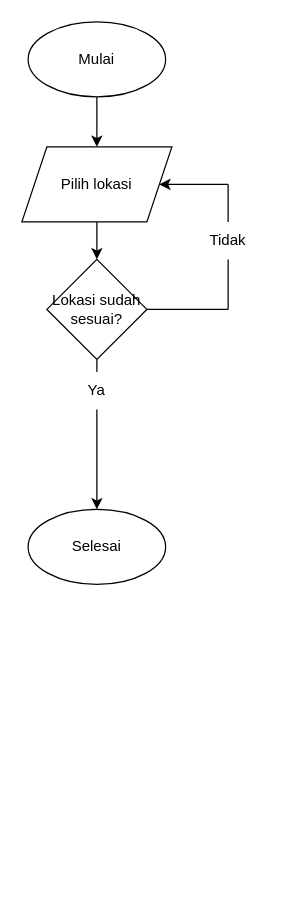
The draw.io diagram flowchart.drawio in NaufalNurFahriza/Naufal_Nur_Fahriza-Order_Food_App, before the edit. Source tidied: cells renumbered, new cells numbered last; positions are measured from the earlier drawing's top-left corner, leaving out a move shared by most shapes. Both pictures are drawn from the tidied source at 125%, with x=0, y=0 at pixel (21, 21).
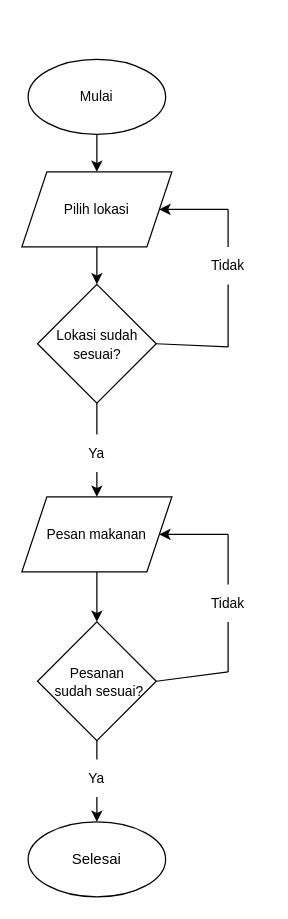
After the change.

Commit message:
pengulangan pemesanan makanan

The edit, as a diff of the source:
```diff
@@
-    <mxCell id="2" style="edgeStyle=none;html=1;" parent="1" edge="1" source="3" target="6">
-      <mxGeometry relative="1" as="geometry" />
-    </mxCell>
-    <mxCell id="3" value="Mulai" style="ellipse;whiteSpace=wrap;html=1;" parent="1" vertex="1">
-      <mxGeometry x="5" width="110" height="60" as="geometry" />
+    <mxCell id="3" value="&lt;font style=&quot;font-size: 11px&quot;&gt;Mulai&lt;/font&gt;" style="ellipse;whiteSpace=wrap;html=1;" parent="1" vertex="1">
+      <mxGeometry x="5" y="30" width="110" height="60" as="geometry" />
     </mxCell>
     <mxCell id="4" value="Selesai" style="ellipse;whiteSpace=wrap;html=1;" parent="1" vertex="1">
-      <mxGeometry x="5" y="390" width="110" height="60" as="geometry" />
+      <mxGeometry x="5" y="640" width="110" height="60" as="geometry" />
     </mxCell>
@@
-    <mxCell id="6" value="Pilih lokasi" style="shape=parallelogram;perimeter=parallelogramPerimeter;whiteSpace=wrap;html=1;fixedSize=1;" parent="1" vertex="1">
-      <mxGeometry y="100" width="120" height="60" as="geometry" />
+    <mxCell id="6" value="&lt;font style=&quot;font-size: 11px&quot;&gt;Pilih lokasi&lt;/font&gt;" style="shape=parallelogram;perimeter=parallelogramPerimeter;whiteSpace=wrap;html=1;fixedSize=1;" parent="1" vertex="1">
+      <mxGeometry y="120" width="120" height="60" as="geometry" />
     </mxCell>
-    <mxCell id="7" style="edgeStyle=none;html=1;entryX=0.5;entryY=0;entryDx=0;entryDy=0;startArrow=none;" parent="1" edge="1" source="14" target="4">
-      <mxGeometry relative="1" as="geometry" />
-    </mxCell>
-    <mxCell id="8" value="Lokasi sudah sesuai?" style="rhombus;whiteSpace=wrap;html=1;" parent="1" vertex="1">
-      <mxGeometry x="20" y="190" width="80" height="80" as="geometry" />
+    <mxCell id="8" value="&lt;font style=&quot;font-size: 11px&quot;&gt;Lokasi sudah sesuai?&lt;/font&gt;" style="rhombus;whiteSpace=wrap;html=1;" parent="1" vertex="1">
+      <mxGeometry x="12.5" y="210" width="95" height="95" as="geometry" />
     </mxCell>
     <mxCell id="9" style="endArrow=none;html=1;exitX=1;exitY=0.5;exitDx=0;exitDy=0;" parent="1" edge="1" source="8">
       <mxGeometry relative="1" as="geometry">
-        <mxPoint x="165" y="230" as="targetPoint" />
+        <mxPoint x="165" y="260" as="targetPoint" />
       </mxGeometry>
     </mxCell>
     <mxCell id="10" style="endArrow=none;html=1;startArrow=none;" parent="1" edge="1" source="12">
       <mxGeometry relative="1" as="geometry">
-        <mxPoint x="165" y="130" as="targetPoint" />
+        <mxPoint x="165" y="150" as="targetPoint" />
       </mxGeometry>
     </mxCell>
     <mxCell id="11" style="endArrow=classic;html=1;entryX=1;entryY=0.5;entryDx=0;entryDy=0;" parent="1" edge="1" target="6">
       <mxGeometry relative="1" as="geometry">
-        <mxPoint x="165" y="130" as="sourcePoint" />
+        <mxPoint x="165" y="150" as="sourcePoint" />
       </mxGeometry>
     </mxCell>
-    <mxCell id="12" value="Tidak" style="text;html=1;strokeColor=none;fillColor=none;align=center;verticalAlign=middle;whiteSpace=wrap;rounded=0;" parent="1" vertex="1">
-      <mxGeometry x="135" y="160" width="60" height="30" as="geometry" />
+    <mxCell id="12" value="&lt;font style=&quot;font-size: 11px&quot;&gt;Tidak&lt;/font&gt;" style="text;html=1;strokeColor=none;fillColor=none;align=center;verticalAlign=middle;whiteSpace=wrap;rounded=0;" parent="1" vertex="1">
+      <mxGeometry x="135" y="180" width="60" height="30" as="geometry" />
     </mxCell>
     <mxCell id="13" style="endArrow=none;html=1;" parent="1" edge="1" target="12">
       <mxGeometry relative="1" as="geometry">
-        <mxPoint x="165" y="230" as="sourcePoint" />
+        <mxPoint x="165" y="260" as="sourcePoint" />
       </mxGeometry>
     </mxCell>
+    <mxCell id="16" style="edgeStyle=none;html=1;" parent="1" edge="1" source="14" target="18">
+      <mxGeometry relative="1" as="geometry" />
+    </mxCell>
-    <mxCell id="14" value="Ya" style="text;html=1;strokeColor=none;fillColor=none;align=center;verticalAlign=middle;whiteSpace=wrap;rounded=0;" parent="1" vertex="1">
-      <mxGeometry x="30" y="280" width="60" height="30" as="geometry" />
+    <mxCell id="14" value="&lt;font style=&quot;font-size: 11px&quot;&gt;Ya&lt;/font&gt;" style="text;html=1;strokeColor=none;fillColor=none;align=center;verticalAlign=middle;whiteSpace=wrap;rounded=0;" parent="1" vertex="1">
+      <mxGeometry x="30" y="330" width="60" height="30" as="geometry" />
     </mxCell>
@@
+    <mxCell id="2" style="edgeStyle=none;html=1;exitX=0.5;exitY=1;exitDx=0;exitDy=0;" parent="1" edge="1" source="3" target="6">
+      <mxGeometry relative="1" as="geometry" />
+    </mxCell>
+    <mxCell id="17" style="edgeStyle=none;html=1;" parent="1" edge="1" source="18" target="20">
+      <mxGeometry relative="1" as="geometry" />
+    </mxCell>
+    <mxCell id="18" value="&lt;font style=&quot;font-size: 11px&quot;&gt;Pesan makanan&lt;/font&gt;" style="shape=parallelogram;perimeter=parallelogramPerimeter;whiteSpace=wrap;html=1;fixedSize=1;" parent="1" vertex="1">
+      <mxGeometry y="380" width="120" height="60" as="geometry" />
+    </mxCell>
+    <mxCell id="19" style="edgeStyle=none;html=1;fontSize=11;startArrow=none;" parent="1" edge="1" source="26" target="4">
+      <mxGeometry relative="1" as="geometry" />
+    </mxCell>
+    <mxCell id="20" value="&lt;font style=&quot;font-size: 11px&quot;&gt;Pesanan&lt;br&gt;&amp;nbsp;sudah sesuai?&lt;/font&gt;" style="rhombus;whiteSpace=wrap;html=1;" parent="1" vertex="1">
+      <mxGeometry x="12.5" y="480" width="95" height="95" as="geometry" />
+    </mxCell>
+    <mxCell id="21" style="endArrow=none;html=1;exitX=1;exitY=0.5;exitDx=0;exitDy=0;" parent="1" edge="1" source="20">
+      <mxGeometry relative="1" as="geometry">
+        <mxPoint x="165" y="520" as="targetPoint" />
+      </mxGeometry>
+    </mxCell>
+    <mxCell id="22" style="endArrow=none;html=1;startArrow=none;" parent="1" edge="1" source="24">
+      <mxGeometry relative="1" as="geometry">
+        <mxPoint x="165" y="410" as="targetPoint" />
+      </mxGeometry>
+    </mxCell>
+    <mxCell id="23" style="endArrow=classic;html=1;entryX=1;entryY=0.5;entryDx=0;entryDy=0;" parent="1" edge="1">
+      <mxGeometry relative="1" as="geometry">
+        <mxPoint x="165" y="410" as="sourcePoint" />
+        <mxPoint x="110" y="410" as="targetPoint" />
+      </mxGeometry>
+    </mxCell>
+    <mxCell id="24" value="&lt;font style=&quot;font-size: 11px&quot;&gt;Tidak&lt;/font&gt;" style="text;html=1;strokeColor=none;fillColor=none;align=center;verticalAlign=middle;whiteSpace=wrap;rounded=0;" parent="1" vertex="1">
+      <mxGeometry x="135" y="450" width="60" height="30" as="geometry" />
+    </mxCell>
+    <mxCell id="25" style="endArrow=none;html=1;" parent="1" edge="1" target="24">
+      <mxGeometry relative="1" as="geometry">
+        <mxPoint x="165" y="520" as="sourcePoint" />
+      </mxGeometry>
+    </mxCell>
+    <mxCell id="26" value="&lt;font style=&quot;font-size: 11px&quot;&gt;Ya&lt;/font&gt;" style="text;html=1;strokeColor=none;fillColor=none;align=center;verticalAlign=middle;whiteSpace=wrap;rounded=0;" parent="1" vertex="1">
+      <mxGeometry x="30" y="590" width="60" height="30" as="geometry" />
+    </mxCell>
+    <mxCell id="27" style="edgeStyle=none;html=1;fontSize=11;endArrow=none;" parent="1" edge="1" source="20" target="26">
+      <mxGeometry relative="1" as="geometry" />
+    </mxCell>
```
